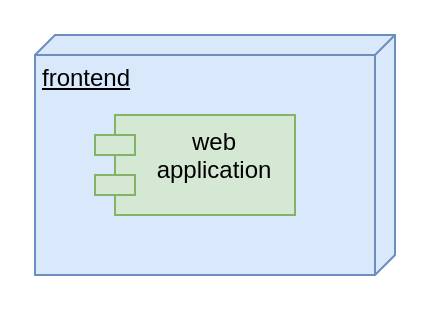
Earlier version of the draw.io diagram workflows/components_architecture.drawio (movies-albrains/.github). Source tidied: cells renumbered, new cells numbered last; positions are measured from the earlier drawing's top-left corner, leaving out a move shared by most shapes. Both pictures are drawn from the tidied source at 200%, with x=0, y=0 at pixel (34, 34).
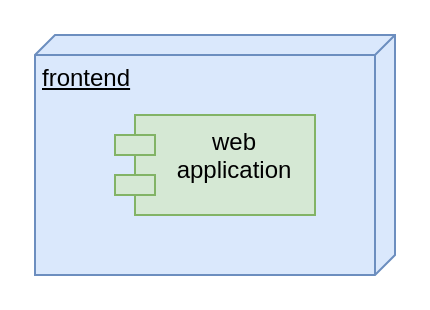
The same page after the edit.

Commit message (it also covers changes not shown here):
Mettre à jour components_architecture.drawio

The edit, as a diff of the source:
```diff
@@
 <mxGraphModel>
   <root>
     <mxCell id="0" />
     <mxCell id="1" parent="0" />
     <mxCell id="2" value="frontend" style="verticalAlign=top;align=left;spacingTop=8;spacingLeft=2;spacingRight=12;shape=cube;size=10;direction=south;fontStyle=4;html=1;whiteSpace=wrap;fillColor=#dae8fc;strokeColor=#6c8ebf;" parent="1" vertex="1">
       <mxGeometry width="180" height="120" as="geometry" />
     </mxCell>
-    <mxCell id="3" value="web application" style="shape=module;align=left;spacingLeft=20;align=center;verticalAlign=top;whiteSpace=wrap;html=1;fillColor=#d5e8d4;strokeColor=#82b366;" parent="1" vertex="1">
-      <mxGeometry x="30" y="40" width="100" height="50" as="geometry" />
+    <mxCell id="3" value="web application" style="shape=module;align=left;spacingLeft=20;align=center;verticalAlign=top;whiteSpace=wrap;html=1;fillColor=#d5e8d4;strokeColor=#82b366;" parent="2" vertex="1">
+      <mxGeometry x="40" y="40" width="100" height="50" as="geometry" />
     </mxCell>
   </root>
 </mxGraphModel>
```
